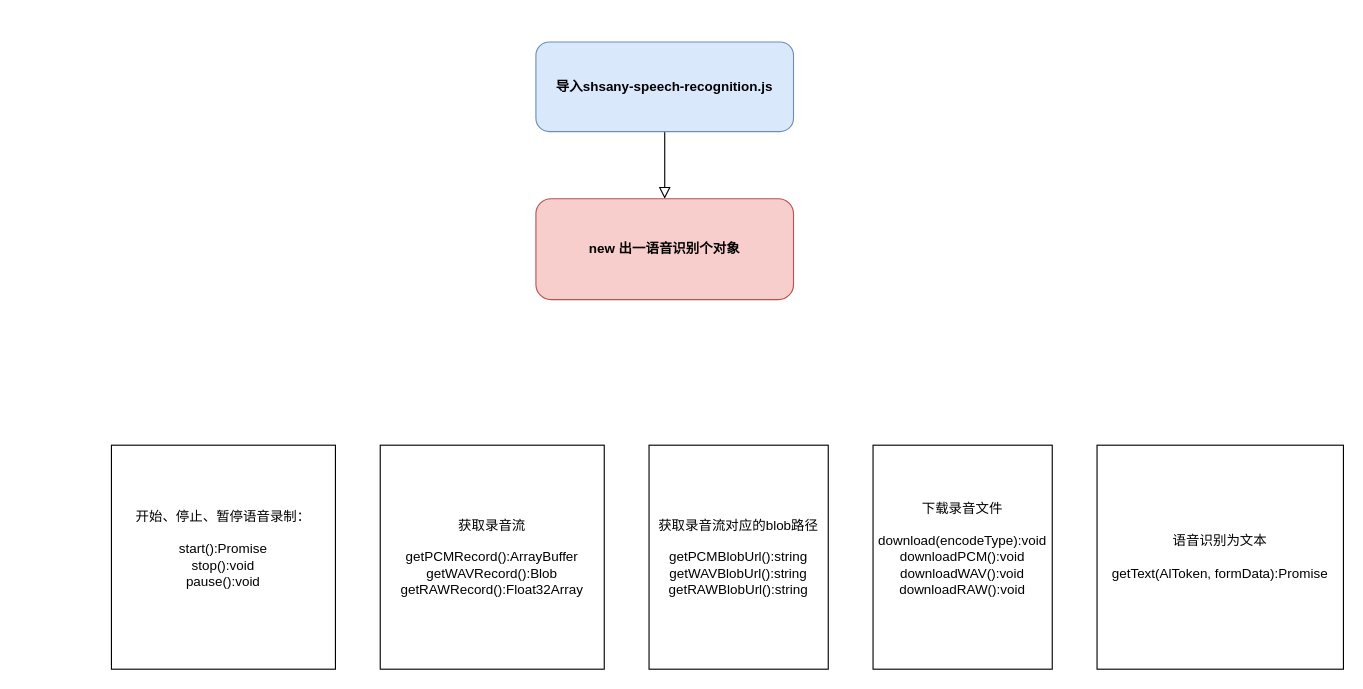
Above: WEB端语音识别流程.drawio in 20123136/draw-io-fiels (draw.io), before the change. Source tidied: cells renumbered, new cells numbered last; positions are measured from the earlier drawing's top-left corner, leaving out a move shared by most shapes. Both pictures are drawn from the tidied source at 112%, with x=0, y=0 at pixel (111, 41).
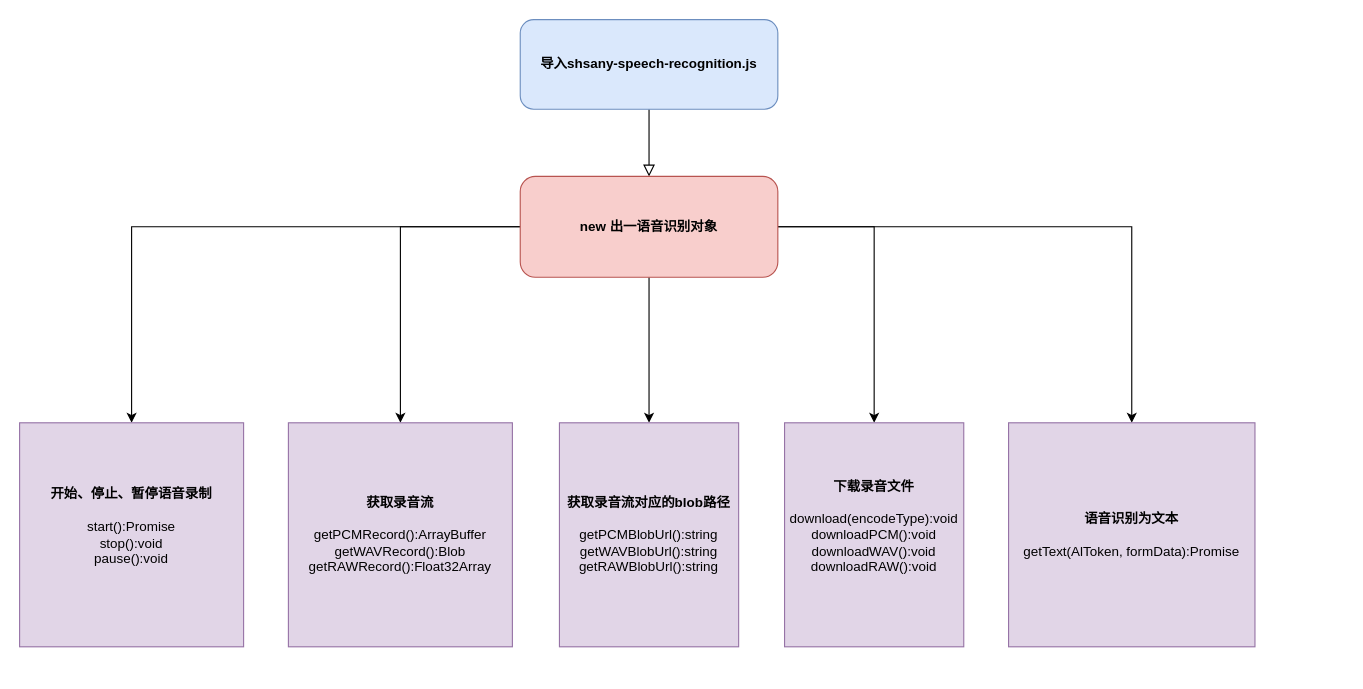
The same page after the edit.

Commit message (it also covers changes not shown here):
更新WEB端语音识别流程.drawio

Diff of the diagram source:
```diff
@@
 <mxGraphModel>
   <root>
     <mxCell id="0" />
     <mxCell id="1" parent="0" />
     <mxCell id="2" style="rounded=0;html=1;jettySize=auto;fontSize=11;endArrow=block;endFill=0;endSize=8;strokeWidth=1;shadow=0;labelBackgroundColor=none;edgeStyle=orthogonalEdgeStyle;entryX=0.5;entryY=0;entryDx=0;entryDy=0;" parent="1" edge="1" source="3" target="4">
       <mxGeometry relative="1" as="geometry" />
     </mxCell>
     <mxCell id="3" value="&lt;b&gt;导入shsany-speech-recognition.js&lt;/b&gt;" style="rounded=1;whiteSpace=wrap;html=1;fontSize=12;glass=0;strokeWidth=1;shadow=0;fillColor=#dae8fc;strokeColor=#6c8ebf;" parent="1" vertex="1">
-      <mxGeometry x="379" width="230" height="80" as="geometry" />
+      <mxGeometry x="365" y="-20" width="230" height="80" as="geometry" />
     </mxCell>
+    <mxCell id="10" style="edgeStyle=orthogonalEdgeStyle;rounded=0;jettySize=auto;html=1;entryX=0.5;entryY=0;entryDx=0;entryDy=0;" parent="1" edge="1" source="4" target="5">
+      <mxGeometry relative="1" as="geometry" />
+    </mxCell>
+    <mxCell id="11" style="edgeStyle=orthogonalEdgeStyle;rounded=0;jettySize=auto;html=1;entryX=0.5;entryY=0;entryDx=0;entryDy=0;" parent="1" edge="1" source="4" target="6">
+      <mxGeometry relative="1" as="geometry" />
+    </mxCell>
+    <mxCell id="12" style="edgeStyle=orthogonalEdgeStyle;rounded=0;jettySize=auto;html=1;entryX=0.5;entryY=0;entryDx=0;entryDy=0;" parent="1" edge="1" source="4" target="7">
+      <mxGeometry relative="1" as="geometry" />
+    </mxCell>
+    <mxCell id="13" style="edgeStyle=orthogonalEdgeStyle;rounded=0;jettySize=auto;html=1;" parent="1" edge="1" source="4" target="8">
+      <mxGeometry relative="1" as="geometry" />
+    </mxCell>
+    <mxCell id="14" style="edgeStyle=orthogonalEdgeStyle;rounded=0;jettySize=auto;html=1;entryX=0.5;entryY=0;entryDx=0;entryDy=0;" parent="1" edge="1" source="4" target="9">
+      <mxGeometry relative="1" as="geometry" />
+    </mxCell>
-    <mxCell id="4" value="&lt;b&gt;new 出一语音识别个对象&lt;/b&gt;" style="rounded=1;whiteSpace=wrap;html=1;fontSize=12;glass=0;strokeWidth=1;shadow=0;fillColor=#f8cecc;strokeColor=#b85450;" parent="1" vertex="1">
-      <mxGeometry x="379" y="140" width="230" height="90" as="geometry" />
+    <mxCell id="4" value="&lt;b&gt;new 出一语音识别对象&lt;/b&gt;" style="rounded=1;whiteSpace=wrap;html=1;fontSize=12;glass=0;strokeWidth=1;shadow=0;fillColor=#f8cecc;strokeColor=#b85450;" parent="1" vertex="1">
+      <mxGeometry x="365" y="120" width="230" height="90" as="geometry" />
     </mxCell>
-    <mxCell id="5" value="&lt;div&gt;开始、停止、暂停语音录制：&lt;/div&gt;&lt;div&gt;&lt;br&gt;&lt;/div&gt;&lt;div&gt;start():Promise&lt;/div&gt;&lt;div&gt;stop():void&lt;/div&gt;&lt;div&gt;pause():void&lt;/div&gt;&lt;div&gt;&lt;br&gt;&lt;/div&gt;" style="rounded=0;whiteSpace=wrap;html=1;" parent="1" vertex="1">
-      <mxGeometry y="360" width="200" height="200" as="geometry" />
+    <mxCell id="5" value="&lt;div&gt;&lt;b&gt;开始、停止、暂停语音录制&lt;/b&gt;&lt;/div&gt;&lt;div&gt;&lt;br&gt;&lt;/div&gt;&lt;div&gt;start():Promise&lt;/div&gt;&lt;div&gt;stop():void&lt;/div&gt;&lt;div&gt;pause():void&lt;/div&gt;&lt;div&gt;&lt;br&gt;&lt;/div&gt;" style="rounded=0;whiteSpace=wrap;html=1;fillColor=#e1d5e7;strokeColor=#9673a6;" parent="1" vertex="1">
+      <mxGeometry x="-82" y="340" width="200" height="200" as="geometry" />
     </mxCell>
-    <mxCell id="6" value="&lt;div&gt;获取录音流&lt;/div&gt;&lt;div&gt;&lt;br&gt;&lt;/div&gt;&lt;div&gt;getPCMRecord():ArrayBuffer&lt;/div&gt;&lt;div&gt;getWAVRecord():Blob&lt;/div&gt;&lt;div&gt;getRAWRecord():Float32Array&lt;/div&gt;" style="rounded=0;whiteSpace=wrap;html=1;" parent="1" vertex="1">
-      <mxGeometry x="240" y="360" width="200" height="200" as="geometry" />
+    <mxCell id="6" value="&lt;div&gt;&lt;b&gt;获取录音流&lt;/b&gt;&lt;/div&gt;&lt;div&gt;&lt;br&gt;&lt;/div&gt;&lt;div&gt;getPCMRecord():ArrayBuffer&lt;/div&gt;&lt;div&gt;getWAVRecord():Blob&lt;/div&gt;&lt;div&gt;getRAWRecord():Float32Array&lt;/div&gt;" style="rounded=0;whiteSpace=wrap;html=1;fillColor=#e1d5e7;strokeColor=#9673a6;" parent="1" vertex="1">
+      <mxGeometry x="158" y="340" width="200" height="200" as="geometry" />
     </mxCell>
-    <mxCell id="7" value="&lt;div&gt;获取录音流对应的blob路径&lt;/div&gt;&lt;div&gt;&lt;br&gt;&lt;/div&gt;&lt;div&gt;getPCMBlobUrl():string&lt;/div&gt;&lt;div&gt;getWAVBlobUrl():string&lt;/div&gt;&lt;div&gt;getRAWBlobUrl():string&lt;/div&gt;" style="rounded=0;whiteSpace=wrap;html=1;" parent="1" vertex="1">
-      <mxGeometry x="480" y="360" width="160" height="200" as="geometry" />
+    <mxCell id="7" value="&lt;div&gt;&lt;b&gt;获取录音流对应的blob路径&lt;/b&gt;&lt;/div&gt;&lt;div&gt;&lt;br&gt;&lt;/div&gt;&lt;div&gt;getPCMBlobUrl():string&lt;/div&gt;&lt;div&gt;getWAVBlobUrl():string&lt;/div&gt;&lt;div&gt;getRAWBlobUrl():string&lt;/div&gt;" style="rounded=0;whiteSpace=wrap;html=1;fillColor=#e1d5e7;strokeColor=#9673a6;" parent="1" vertex="1">
+      <mxGeometry x="400" y="340" width="160" height="200" as="geometry" />
     </mxCell>
-    <mxCell id="8" value="&lt;div&gt;下载录音文件&lt;/div&gt;&lt;div&gt;&lt;br&gt;&lt;/div&gt;&lt;div&gt;download(encodeType):void&lt;/div&gt;&lt;div&gt;downloadPCM():void&lt;/div&gt;&lt;div&gt;downloadWAV():void&lt;/div&gt;&lt;div&gt;downloadRAW():void&lt;/div&gt;&lt;div&gt;&lt;br&gt;&lt;/div&gt;" style="rounded=0;whiteSpace=wrap;html=1;" parent="1" vertex="1">
-      <mxGeometry x="680" y="360" width="160" height="200" as="geometry" />
+    <mxCell id="8" value="&lt;div&gt;&lt;b&gt;下载录音文件&lt;/b&gt;&lt;/div&gt;&lt;div&gt;&lt;br&gt;&lt;/div&gt;&lt;div&gt;download(encodeType):void&lt;/div&gt;&lt;div&gt;downloadPCM():void&lt;/div&gt;&lt;div&gt;downloadWAV():void&lt;/div&gt;&lt;div&gt;downloadRAW():void&lt;/div&gt;&lt;div&gt;&lt;br&gt;&lt;/div&gt;" style="rounded=0;whiteSpace=wrap;html=1;fillColor=#e1d5e7;strokeColor=#9673a6;" parent="1" vertex="1">
+      <mxGeometry x="601" y="340" width="160" height="200" as="geometry" />
     </mxCell>
-    <mxCell id="9" value="&lt;div&gt;语音识别为文本&lt;/div&gt;&lt;div&gt;&lt;br&gt;&lt;/div&gt;&lt;div&gt;getText(AlToken, formData):Promise&lt;br&gt;&lt;/div&gt;" style="rounded=0;whiteSpace=wrap;html=1;" parent="1" vertex="1">
-      <mxGeometry x="880" y="360" width="220" height="200" as="geometry" />
+    <mxCell id="9" value="&lt;div&gt;&lt;b&gt;语音识别为文本&lt;/b&gt;&lt;/div&gt;&lt;div&gt;&lt;br&gt;&lt;/div&gt;&lt;div&gt;getText(AlToken, formData):Promise&lt;br&gt;&lt;/div&gt;" style="rounded=0;whiteSpace=wrap;html=1;fillColor=#e1d5e7;strokeColor=#9673a6;" parent="1" vertex="1">
+      <mxGeometry x="801" y="340" width="220" height="200" as="geometry" />
     </mxCell>
   </root>
 </mxGraphModel>
```
